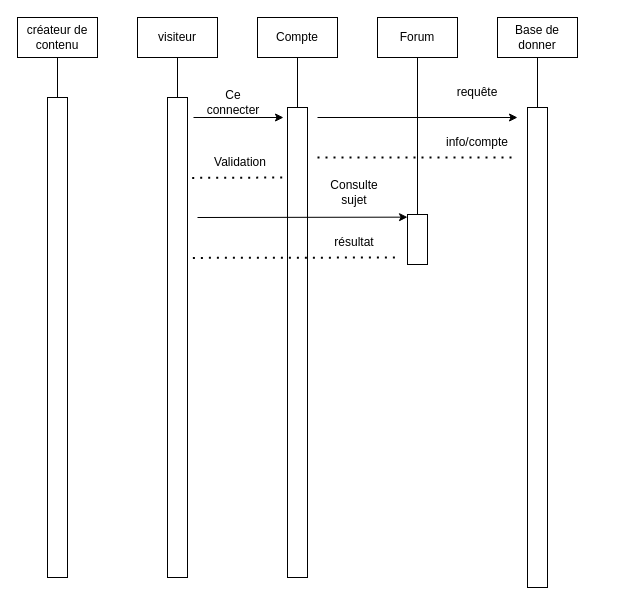
Before: kikiff_forum.drawio in nak0x/uml, a draw.io diagram. Source tidied: cells renumbered, new cells numbered last; positions are measured from the earlier drawing's top-left corner, leaving out a move shared by most shapes. Both pictures are drawn from the tidied source at 100%, with x=0, y=0 at pixel (17, 17).
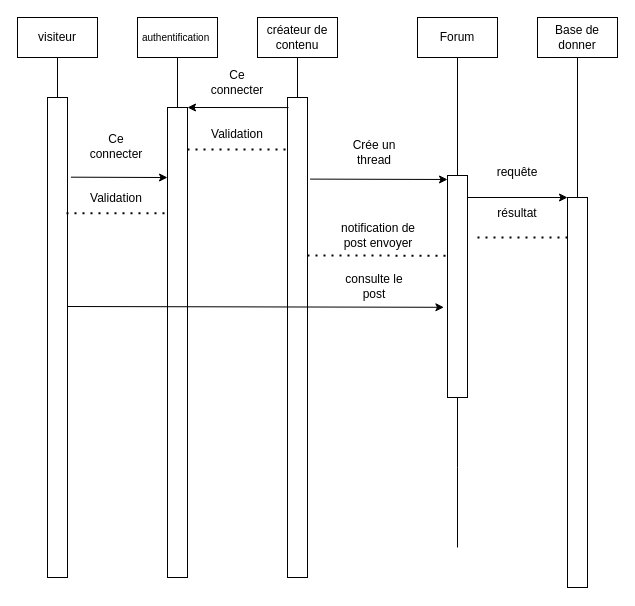
Above is the later version.

Commit message (it also covers changes not shown here):
Mettre à jour kikiff_forum.drawio

Unchanged cells that the change refers to:
```xml
<mxCell id="29" style="rounded=0;whiteSpace=wrap;html=1;" parent="1" vertex="1">
  <mxGeometry x="30" y="80" width="20" height="480" as="geometry" />
</mxCell>
```

The edit, as a diff of the source:
```diff
@@
-    <mxCell id="2" value="visiteur" style="rounded=0;whiteSpace=wrap;html=1;" parent="1" vertex="1">
-      <mxGeometry x="120" width="80" height="40" as="geometry" />
+    <mxCell id="2" value="créateur de contenu" style="rounded=0;whiteSpace=wrap;html=1;" parent="1" vertex="1">
+      <mxGeometry x="240" width="80" height="40" as="geometry" />
     </mxCell>
-    <mxCell id="3" value="Compte" style="rounded=0;whiteSpace=wrap;html=1;" parent="1" vertex="1">
-      <mxGeometry x="240" width="80" height="40" as="geometry" />
+    <mxCell id="3" value="&lt;font style=&quot;font-size: 10px;&quot;&gt;authentification&amp;nbsp;&lt;/font&gt;" style="rounded=0;whiteSpace=wrap;html=1;" parent="1" vertex="1">
+      <mxGeometry x="120" width="80" height="40" as="geometry" />
     </mxCell>
     <mxCell id="4" value="Base de donner" style="rounded=0;whiteSpace=wrap;html=1;" parent="1" vertex="1">
-      <mxGeometry x="480" width="80" height="40" as="geometry" />
+      <mxGeometry x="520" width="80" height="40" as="geometry" />
     </mxCell>
     <mxCell id="5" style="endArrow=none;html=1;rounded=0;entryX=0.5;entryY=1;entryDx=0;entryDy=0;" parent="1" edge="1" target="2">
       <mxGeometry relative="1" as="geometry">
-        <mxPoint x="160" y="80" as="sourcePoint" />
+        <mxPoint x="280" y="80" as="sourcePoint" />
       </mxGeometry>
     </mxCell>
     <mxCell id="6" style="endArrow=none;html=1;rounded=0;entryX=0.5;entryY=1;entryDx=0;entryDy=0;" parent="1" edge="1" target="3">
       <mxGeometry relative="1" as="geometry">
-        <mxPoint x="280" y="100" as="sourcePoint" />
+        <mxPoint x="160" y="100" as="sourcePoint" />
       </mxGeometry>
     </mxCell>
     <mxCell id="7" style="rounded=0;whiteSpace=wrap;html=1;" parent="1" vertex="1">
-      <mxGeometry x="150" y="80" width="20" height="480" as="geometry" />
+      <mxGeometry x="270" y="80" width="20" height="480" as="geometry" />
     </mxCell>
-    <mxCell id="8" style="endArrow=classic;html=1;rounded=0;" parent="1" edge="1">
-      <mxGeometry relative="1" as="geometry">
-        <mxPoint x="176" y="100" as="sourcePoint" />
-        <mxPoint x="266" y="100" as="targetPoint" />
-      </mxGeometry>
+    <mxCell id="8" style="endArrow=classic;html=1;rounded=0;entryX=1;entryY=0;entryDx=0;entryDy=0;exitX=0.052;exitY=0.021;exitDx=0;exitDy=0;exitPerimeter=0;" parent="1" edge="1" source="7" target="10">
+      <mxGeometry relative="1" as="geometry" />
     </mxCell>
     <mxCell id="9" value="Ce connecter" style="text;html=1;align=center;verticalAlign=middle;whiteSpace=wrap;rounded=0;" parent="1" vertex="1">
-      <mxGeometry x="186" y="70" width="60" height="30" as="geometry" />
+      <mxGeometry x="190" y="50" width="60" height="30" as="geometry" />
     </mxCell>
     <mxCell id="10" style="rounded=0;whiteSpace=wrap;html=1;" parent="1" vertex="1">
-      <mxGeometry x="270" y="90" width="20" height="470" as="geometry" />
+      <mxGeometry x="150" y="90" width="20" height="470" as="geometry" />
     </mxCell>
-    <mxCell id="11" style="endArrow=none;dashed=1;html=1;dashPattern=1 3;strokeWidth=2;rounded=0;entryX=-0.1;entryY=0.259;entryDx=0;entryDy=0;entryPerimeter=0;exitX=1.136;exitY=0.331;exitDx=0;exitDy=0;exitPerimeter=0;" parent="1" edge="1">
-      <mxGeometry relative="1" as="geometry">
-        <mxPoint x="174.7" y="160.4" as="sourcePoint" />
-        <mxPoint x="270" y="160" as="targetPoint" />
-      </mxGeometry>
-    </mxCell>
     <mxCell id="12" value="Validation" style="text;html=1;align=center;verticalAlign=middle;whiteSpace=wrap;rounded=0;" parent="1" vertex="1">
-      <mxGeometry x="186" y="130" width="74" height="30" as="geometry" />
+      <mxGeometry x="183" y="102" width="74" height="30" as="geometry" />
     </mxCell>
-    <mxCell id="13" style="endArrow=classic;html=1;rounded=0;entryX=0;entryY=0.053;entryDx=0;entryDy=0;entryPerimeter=0;" parent="1" edge="1" target="14">
+    <mxCell id="13" style="endArrow=classic;html=1;rounded=0;exitX=1.129;exitY=0.17;exitDx=0;exitDy=0;exitPerimeter=0;" parent="1" edge="1" source="7">
       <mxGeometry relative="1" as="geometry">
-        <mxPoint x="180" y="200" as="sourcePoint" />
+        <mxPoint x="430" y="162" as="targetPoint" />
       </mxGeometry>
     </mxCell>
-    <mxCell id="14" style="rounded=0;whiteSpace=wrap;html=1;" parent="1" vertex="1">
-      <mxGeometry x="390" y="197" width="20" height="50" as="geometry" />
-    </mxCell>
     <mxCell id="15" value="Forum" style="rounded=0;whiteSpace=wrap;html=1;" parent="1" vertex="1">
-      <mxGeometry x="360" width="80" height="40" as="geometry" />
+      <mxGeometry x="400" width="80" height="40" as="geometry" />
     </mxCell>
@@
-    <mxCell id="17" value="Consulte&lt;br&gt;sujet" style="text;html=1;align=center;verticalAlign=middle;whiteSpace=wrap;rounded=0;" parent="1" vertex="1">
-      <mxGeometry x="300" y="160" width="74" height="30" as="geometry" />
+    <mxCell id="17" value="Crée un thread" style="text;html=1;align=center;verticalAlign=middle;whiteSpace=wrap;rounded=0;" parent="1" vertex="1">
+      <mxGeometry x="320" y="120" width="74" height="30" as="geometry" />
     </mxCell>
-    <mxCell id="18" style="endArrow=none;dashed=1;html=1;dashPattern=1 3;strokeWidth=2;rounded=0;exitX=1.136;exitY=0.331;exitDx=0;exitDy=0;exitPerimeter=0;" parent="1" edge="1">
+    <mxCell id="18" style="endArrow=none;dashed=1;html=1;dashPattern=1 3;strokeWidth=2;rounded=0;" parent="1" edge="1">
       <mxGeometry relative="1" as="geometry">
-        <mxPoint x="175.4" y="240.4" as="sourcePoint" />
-        <mxPoint x="380" y="240" as="targetPoint" />
+        <mxPoint x="290" y="238" as="sourcePoint" />
+        <mxPoint x="430" y="238.2" as="targetPoint" />
       </mxGeometry>
     </mxCell>
-    <mxCell id="19" value="résultat" style="text;html=1;align=center;verticalAlign=middle;whiteSpace=wrap;rounded=0;" parent="1" vertex="1">
-      <mxGeometry x="300" y="210" width="74" height="30" as="geometry" />
+    <mxCell id="19" value="notification de post envoyer" style="text;html=1;align=center;verticalAlign=middle;whiteSpace=wrap;rounded=0;" parent="1" vertex="1">
+      <mxGeometry x="319" y="203" width="84" height="30" as="geometry" />
     </mxCell>
@@
     <mxCell id="21" style="endArrow=none;html=1;rounded=0;entryX=0.5;entryY=1;entryDx=0;entryDy=0;" parent="1" edge="1" target="22">
       <mxGeometry relative="1" as="geometry">
-        <mxPoint x="520" y="200" as="sourcePoint" />
+        <mxPoint x="560" y="200" as="sourcePoint" />
       </mxGeometry>
     </mxCell>
     <mxCell id="22" style="rounded=0;whiteSpace=wrap;html=1;" parent="1" vertex="1">
-      <mxGeometry x="510" y="90" width="20" height="480" as="geometry" />
+      <mxGeometry x="550" y="180" width="20" height="390" as="geometry" />
     </mxCell>
-    <mxCell id="23" style="endArrow=classic;html=1;rounded=0;" parent="1" edge="1">
-      <mxGeometry relative="1" as="geometry">
-        <mxPoint x="300" y="100" as="sourcePoint" />
-        <mxPoint x="500" y="100" as="targetPoint" />
-      </mxGeometry>
-    </mxCell>
     <mxCell id="24" value="requête" style="text;html=1;align=center;verticalAlign=middle;whiteSpace=wrap;rounded=0;" parent="1" vertex="1">
-      <mxGeometry x="430" y="60" width="60" height="30" as="geometry" />
+      <mxGeometry x="470" y="140" width="60" height="30" as="geometry" />
     </mxCell>
     <mxCell id="25" style="endArrow=none;dashed=1;html=1;dashPattern=1 3;strokeWidth=2;rounded=0;" parent="1" edge="1">
       <mxGeometry relative="1" as="geometry">
-        <mxPoint x="300" y="140" as="sourcePoint" />
-        <mxPoint x="500" y="140" as="targetPoint" />
+        <mxPoint x="170" y="132" as="sourcePoint" />
+        <mxPoint x="270" y="132" as="targetPoint" />
       </mxGeometry>
     </mxCell>
-    <mxCell id="26" value="info/compte" style="text;html=1;align=center;verticalAlign=middle;whiteSpace=wrap;rounded=0;" parent="1" vertex="1">
-      <mxGeometry x="430" y="110" width="60" height="30" as="geometry" />
-    </mxCell>
-    <mxCell id="27" value="créateur de contenu" style="rounded=0;whiteSpace=wrap;html=1;" parent="1" vertex="1">
+    <mxCell id="27" value="visiteur" style="rounded=0;whiteSpace=wrap;html=1;" parent="1" vertex="1">
       <mxGeometry width="80" height="40" as="geometry" />
     </mxCell>
@@
+    <mxCell id="30" style="endArrow=classic;html=1;rounded=0;entryX=0;entryY=0;entryDx=0;entryDy=0;" parent="1" edge="1" target="22">
+      <mxGeometry relative="1" as="geometry">
+        <mxPoint x="450" y="180" as="sourcePoint" />
+      </mxGeometry>
+    </mxCell>
+    <mxCell id="31" style="endArrow=none;dashed=1;html=1;dashPattern=1 3;strokeWidth=2;rounded=0;" parent="1" edge="1">
+      <mxGeometry relative="1" as="geometry">
+        <mxPoint x="460" y="220" as="sourcePoint" />
+        <mxPoint x="550" y="220" as="targetPoint" />
+      </mxGeometry>
+    </mxCell>
+    <mxCell id="32" value="résultat" style="text;html=1;align=center;verticalAlign=middle;whiteSpace=wrap;rounded=0;" parent="1" vertex="1">
+      <mxGeometry x="463" y="184" width="74" height="23" as="geometry" />
+    </mxCell>
+    <mxCell id="33" style="edgeStyle=orthogonalEdgeStyle;rounded=0;orthogonalLoop=1;jettySize=auto;html=1;exitX=0.5;exitY=1;exitDx=0;exitDy=0;" parent="1" edge="1" source="14" target="14">
+      <mxGeometry relative="1" as="geometry" />
+    </mxCell>
+    <mxCell id="34" style="endArrow=none;html=1;rounded=0;entryX=0.5;entryY=1;entryDx=0;entryDy=0;exitX=0.5;exitY=0;exitDx=0;exitDy=0;" parent="1" edge="1" source="14">
+      <mxGeometry relative="1" as="geometry">
+        <mxPoint x="439.8" y="280" as="targetPoint" />
+      </mxGeometry>
+    </mxCell>
+    <mxCell id="35" style="endArrow=none;html=1;rounded=0;entryX=0.5;entryY=1;entryDx=0;entryDy=0;" parent="1" edge="1" target="14">
+      <mxGeometry relative="1" as="geometry">
+        <mxPoint x="440" y="530" as="sourcePoint" />
+        <Array as="points">
+          <mxPoint x="440" y="450" />
+        </Array>
+      </mxGeometry>
+    </mxCell>
+    <mxCell id="14" style="rounded=0;whiteSpace=wrap;html=1;" parent="1" vertex="1">
+      <mxGeometry x="430" y="158" width="20" height="222" as="geometry" />
+    </mxCell>
+    <mxCell id="36" style="endArrow=classic;html=1;rounded=0;exitX=1.171;exitY=0.166;exitDx=0;exitDy=0;exitPerimeter=0;entryX=0;entryY=0.149;entryDx=0;entryDy=0;entryPerimeter=0;" parent="1" edge="1" source="29" target="10">
+      <mxGeometry relative="1" as="geometry" />
+    </mxCell>
+    <mxCell id="37" value="Ce connecter" style="text;html=1;align=center;verticalAlign=middle;whiteSpace=wrap;rounded=0;" parent="1" vertex="1">
+      <mxGeometry x="69" y="113.7" width="60" height="30" as="geometry" />
+    </mxCell>
+    <mxCell id="38" value="Validation" style="text;html=1;align=center;verticalAlign=middle;whiteSpace=wrap;rounded=0;" parent="1" vertex="1">
+      <mxGeometry x="62" y="165.7" width="74" height="30" as="geometry" />
+    </mxCell>
+    <mxCell id="39" style="endArrow=none;dashed=1;html=1;dashPattern=1 3;strokeWidth=2;rounded=0;" parent="1" edge="1">
+      <mxGeometry relative="1" as="geometry">
+        <mxPoint x="49" y="195.7" as="sourcePoint" />
+        <mxPoint x="149" y="195.7" as="targetPoint" />
+      </mxGeometry>
+    </mxCell>
+    <mxCell id="40" style="endArrow=classic;html=1;rounded=0;exitX=1.129;exitY=0.17;exitDx=0;exitDy=0;exitPerimeter=0;entryX=-0.182;entryY=0.418;entryDx=0;entryDy=0;entryPerimeter=0;" parent="1" edge="1">
+      <mxGeometry relative="1" as="geometry">
+        <mxPoint x="50" y="289" as="sourcePoint" />
+        <mxPoint x="426.4" y="289.8" as="targetPoint" />
+      </mxGeometry>
+    </mxCell>
+    <mxCell id="41" value="consulte le post" style="text;html=1;align=center;verticalAlign=middle;whiteSpace=wrap;rounded=0;" parent="1" vertex="1">
+      <mxGeometry x="327" y="254" width="60" height="30" as="geometry" />
+    </mxCell>
```
